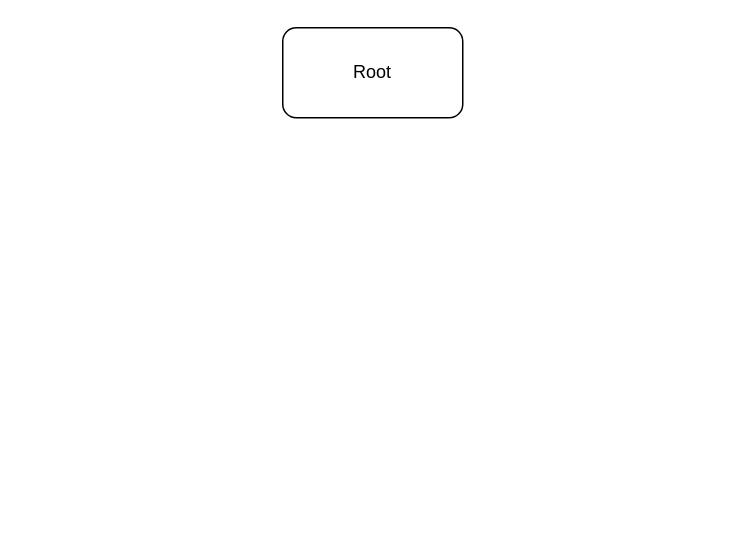
Ash4701/test keeps this draw.io diagram as LinuxOwner group other.drawio. Above is the earlier version. Source tidied: cells renumbered, new cells numbered last; positions are measured from the earlier drawing's top-left corner, leaving out a move shared by most shapes. Both pictures are drawn from the tidied source at 150%, with x=0, y=0 at pixel (282, 27).
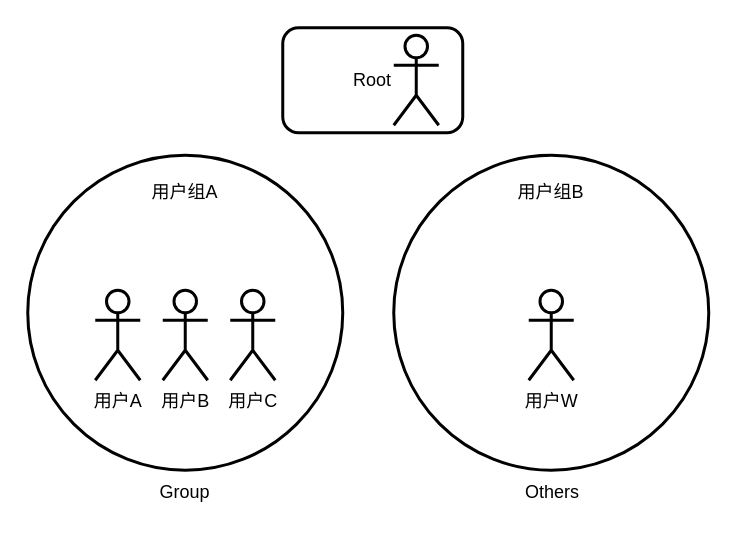
The same diagram, later.

Diff of the diagram source:
```diff
@@
 <mxGraphModel>
   <root>
     <mxCell id="0" />
     <mxCell id="1" parent="0" />
-    <mxCell id="2" value="Root" style="rounded=1;whiteSpace=wrap;html=1;" parent="1" vertex="1">
-      <mxGeometry width="120" height="60" as="geometry" />
+    <mxCell id="2" value="Root" style="rounded=1;whiteSpace=wrap;html=1;strokeWidth=2;" parent="1" vertex="1">
+      <mxGeometry width="120" height="70" as="geometry" />
     </mxCell>
+    <mxCell id="3" style="ellipse;whiteSpace=wrap;html=1;strokeWidth=2;" parent="1" vertex="1">
+      <mxGeometry x="74" y="85" width="210" height="210" as="geometry" />
+    </mxCell>
+    <mxCell id="4" style="group;strokeWidth=2;" parent="1" vertex="1">
+      <mxGeometry x="-170" y="85" width="210" height="240" as="geometry" />
+    </mxCell>
+    <mxCell id="5" style="ellipse;whiteSpace=wrap;html=1;strokeWidth=2;" parent="4" vertex="1">
+      <mxGeometry width="210" height="210" as="geometry" />
+    </mxCell>
+    <mxCell id="6" value="Group" style="text;html=1;align=center;verticalAlign=middle;whiteSpace=wrap;rounded=0;strokeWidth=2;" parent="4" vertex="1">
+      <mxGeometry x="75" y="210" width="60" height="30" as="geometry" />
+    </mxCell>
+    <mxCell id="7" value="用户A" style="shape=umlActor;verticalLabelPosition=bottom;verticalAlign=top;html=1;strokeWidth=2;" parent="4" vertex="1">
+      <mxGeometry x="45" y="90" width="30" height="60" as="geometry" />
+    </mxCell>
+    <mxCell id="8" value="用户B" style="shape=umlActor;verticalLabelPosition=bottom;verticalAlign=top;html=1;strokeWidth=2;" parent="4" vertex="1">
+      <mxGeometry x="90" y="90" width="30" height="60" as="geometry" />
+    </mxCell>
+    <mxCell id="9" value="用户C" style="shape=umlActor;verticalLabelPosition=bottom;verticalAlign=top;html=1;strokeWidth=2;" parent="4" vertex="1">
+      <mxGeometry x="135" y="90" width="30" height="60" as="geometry" />
+    </mxCell>
+    <mxCell id="10" value="用户组A" style="text;html=1;align=center;verticalAlign=middle;whiteSpace=wrap;rounded=0;strokeWidth=2;" parent="4" vertex="1">
+      <mxGeometry x="75" y="10" width="60" height="30" as="geometry" />
+    </mxCell>
+    <mxCell id="11" value="用户W" style="shape=umlActor;verticalLabelPosition=bottom;verticalAlign=top;html=1;strokeWidth=2;" parent="1" vertex="1">
+      <mxGeometry x="164" y="175" width="30" height="60" as="geometry" />
+    </mxCell>
+    <mxCell id="12" value="用户组B" style="text;html=1;align=center;verticalAlign=middle;whiteSpace=wrap;rounded=0;strokeWidth=2;" parent="1" vertex="1">
+      <mxGeometry x="149" y="95" width="60" height="30" as="geometry" />
+    </mxCell>
+    <mxCell id="13" value="Others" style="text;html=1;align=center;verticalAlign=middle;whiteSpace=wrap;rounded=0;strokeWidth=2;" parent="1" vertex="1">
+      <mxGeometry x="150" y="295" width="60" height="30" as="geometry" />
+    </mxCell>
+    <mxCell id="14" style="shape=umlActor;verticalLabelPosition=bottom;verticalAlign=top;html=1;strokeWidth=2;" parent="1" vertex="1">
+      <mxGeometry x="74" y="5" width="30" height="60" as="geometry" />
+    </mxCell>
   </root>
 </mxGraphModel>
```
